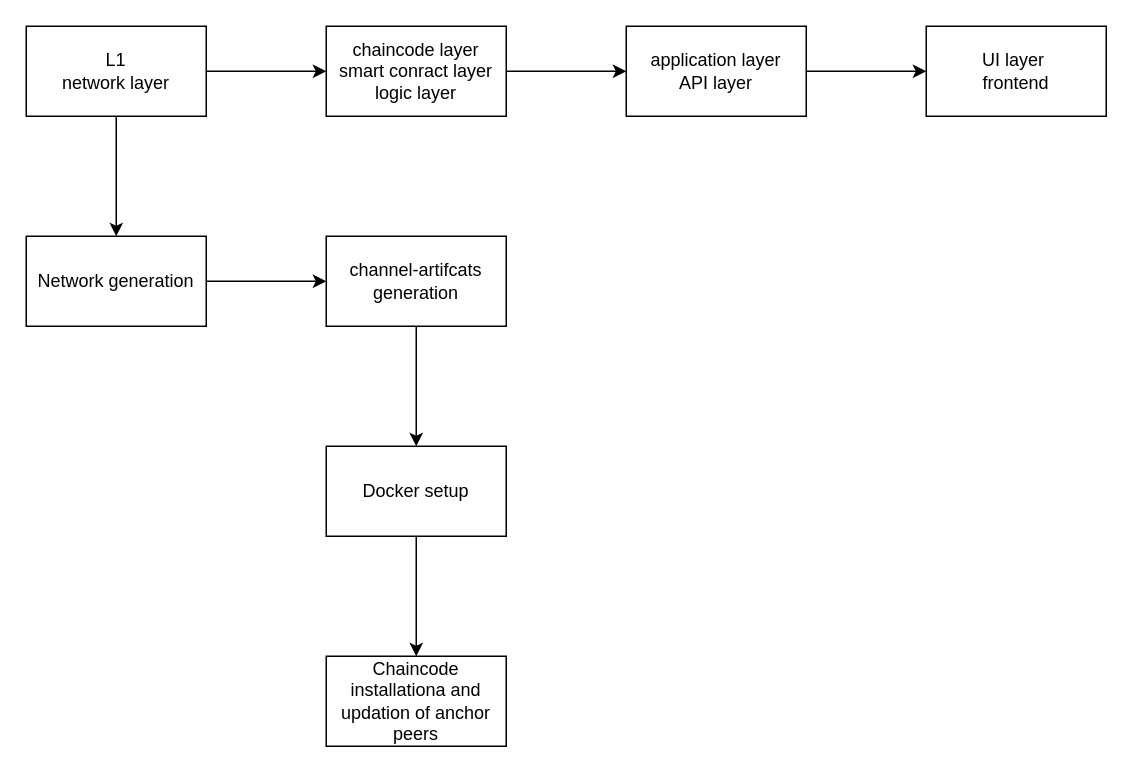
Above: architecture.drawio in kumarPint00/dccrtnet (draw.io), before the change. Source tidied: cells renumbered, new cells numbered last; positions are measured from the earlier drawing's top-left corner, leaving out a move shared by most shapes. Both pictures are drawn from the tidied source at 150%, with x=0, y=0 at pixel (26, 26).
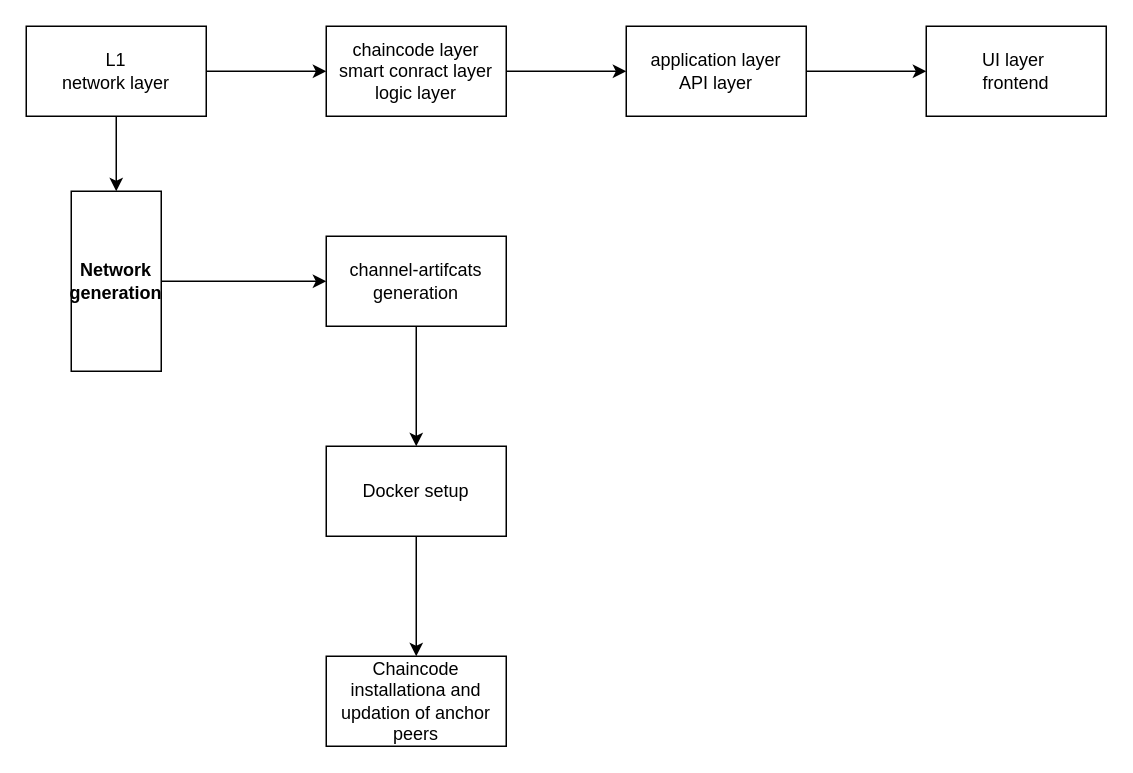
Above is the later version.

What changed in the source:
```diff
@@
 <mxGraphModel>
   <root>
     <mxCell id="0" />
     <mxCell id="1" parent="0" />
     <mxCell id="2" style="edgeStyle=none;html=1;" parent="1" edge="1" source="4" target="6">
       <mxGeometry relative="1" as="geometry" />
     </mxCell>
     <mxCell id="3" style="edgeStyle=none;html=1;" parent="1" edge="1" source="4" target="11">
       <mxGeometry relative="1" as="geometry" />
     </mxCell>
     <mxCell id="4" value="L1&lt;br&gt;network layer" style="whiteSpace=wrap;html=1;" parent="1" vertex="1">
       <mxGeometry width="120" height="60" as="geometry" />
     </mxCell>
     <mxCell id="5" style="edgeStyle=none;html=1;" parent="1" edge="1" source="6" target="8">
       <mxGeometry relative="1" as="geometry" />
     </mxCell>
     <mxCell id="6" value="chaincode layer&lt;br&gt;smart conract layer&lt;br&gt;logic layer" style="whiteSpace=wrap;html=1;" parent="1" vertex="1">
       <mxGeometry x="200" width="120" height="60" as="geometry" />
     </mxCell>
     <mxCell id="7" style="edgeStyle=none;html=1;" parent="1" edge="1" source="8" target="9">
       <mxGeometry relative="1" as="geometry" />
     </mxCell>
     <mxCell id="8" value="application layer&lt;br&gt;API layer&lt;br&gt;" style="whiteSpace=wrap;html=1;" parent="1" vertex="1">
       <mxGeometry x="400" width="120" height="60" as="geometry" />
     </mxCell>
     <mxCell id="9" value="UI layer&amp;nbsp;&lt;br&gt;frontend&lt;br&gt;" style="whiteSpace=wrap;html=1;" parent="1" vertex="1">
       <mxGeometry x="600" width="120" height="60" as="geometry" />
     </mxCell>
     <mxCell id="10" style="edgeStyle=none;html=1;" parent="1" edge="1" source="11" target="13">
       <mxGeometry relative="1" as="geometry" />
     </mxCell>
-    <mxCell id="11" value="Network generation&lt;br&gt;" style="whiteSpace=wrap;html=1;" parent="1" vertex="1">
-      <mxGeometry y="140" width="120" height="60" as="geometry" />
+    <mxCell id="11" value="Network generation&lt;br&gt;" style="whiteSpace=wrap;html=1;fontStyle=1;direction=south;" parent="1" vertex="1">
+      <mxGeometry x="30" y="110" width="60" height="120" as="geometry" />
     </mxCell>
     <mxCell id="12" style="edgeStyle=none;html=1;" parent="1" edge="1" source="13" target="15">
       <mxGeometry relative="1" as="geometry" />
     </mxCell>
     <mxCell id="13" value="channel-artifcats generation" style="whiteSpace=wrap;html=1;" parent="1" vertex="1">
       <mxGeometry x="200" y="140" width="120" height="60" as="geometry" />
     </mxCell>
     <mxCell id="14" style="edgeStyle=none;html=1;" parent="1" edge="1" source="15" target="16">
       <mxGeometry relative="1" as="geometry" />
     </mxCell>
     <mxCell id="15" value="Docker setup" style="whiteSpace=wrap;html=1;" parent="1" vertex="1">
       <mxGeometry x="200" y="280" width="120" height="60" as="geometry" />
     </mxCell>
     <mxCell id="16" value="Chaincode installationa and updation of anchor peers" style="whiteSpace=wrap;html=1;" parent="1" vertex="1">
       <mxGeometry x="200" y="420" width="120" height="60" as="geometry" />
     </mxCell>
   </root>
 </mxGraphModel>
```
